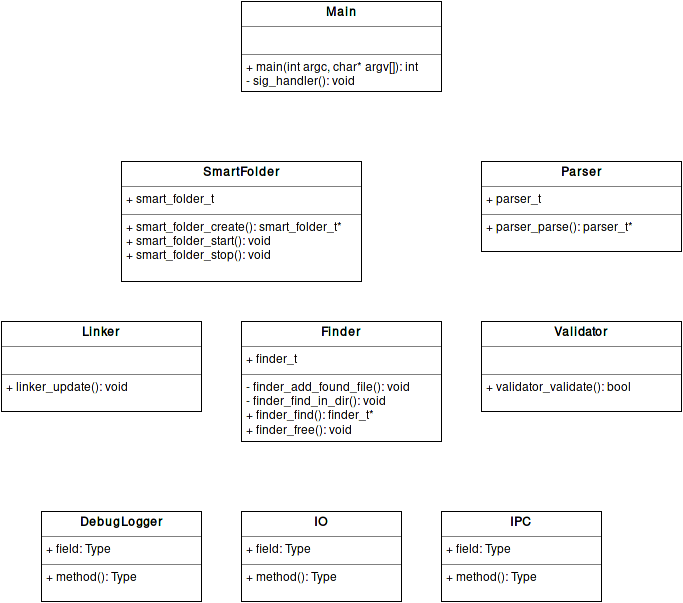
Earlier version of the draw.io export report/img/modules.png (claudiosousa/hepia-projects-smart-folder). Source tidied: cells renumbered, new cells last; positions are measured from the earlier drawing's top-left corner, leaving out a move shared by most shapes. Source of this version:
```xml
<mxGraphModel background="#ffffff">
  <root>
    <mxCell id="0" />
    <mxCell id="1" parent="0" />
    <mxCell id="2" value="&lt;p style=&quot;margin: 0px ; margin-top: 4px ; text-align: center&quot;&gt;&lt;b&gt;Main&lt;/b&gt;&lt;br&gt;&lt;/p&gt;&lt;hr size=&quot;1&quot;&gt;&lt;p style=&quot;margin: 0px ; margin-left: 4px&quot;&gt;&lt;br&gt;&lt;/p&gt;&lt;hr size=&quot;1&quot;&gt;&lt;p style=&quot;margin: 0px ; margin-left: 4px&quot;&gt;+ main(int argc, char* argv[]): int&lt;/p&gt;&lt;p style=&quot;margin: 0px ; margin-left: 4px&quot;&gt;- sig_handler(): void&lt;br&gt;&lt;/p&gt;" style="verticalAlign=top;align=left;overflow=fill;fontSize=12;fontFamily=Helvetica;html=1;" parent="1" vertex="1">
      <mxGeometry x="240" width="200" height="90" as="geometry" />
    </mxCell>
    <mxCell id="3" value="&lt;p style=&quot;margin: 0px ; margin-top: 4px ; text-align: center&quot;&gt;&lt;b&gt;IPC&lt;/b&gt;&lt;br&gt;&lt;/p&gt;&lt;hr size=&quot;1&quot;&gt;&lt;p style=&quot;margin: 0px ; margin-left: 4px&quot;&gt;+ field: Type&lt;/p&gt;&lt;hr size=&quot;1&quot;&gt;&lt;p style=&quot;margin: 0px ; margin-left: 4px&quot;&gt;+ method(): Type&lt;/p&gt;" style="verticalAlign=top;align=left;overflow=fill;fontSize=12;fontFamily=Helvetica;html=1;" parent="1" vertex="1">
      <mxGeometry x="440" y="510" width="160" height="90" as="geometry" />
    </mxCell>
    <mxCell id="4" value="&lt;p style=&quot;margin: 0px ; margin-top: 4px ; text-align: center&quot;&gt;&lt;b&gt;SmartFolder&lt;/b&gt;&lt;br&gt;&lt;/p&gt;&lt;hr size=&quot;1&quot;&gt;&lt;p style=&quot;margin: 0px ; margin-left: 4px&quot;&gt;+ smart_folder_t&lt;br&gt;&lt;/p&gt;&lt;hr size=&quot;1&quot;&gt;&lt;p style=&quot;margin: 0px ; margin-left: 4px&quot;&gt;+ smart_folder_create(): smart_folder_t*&lt;/p&gt;&lt;p style=&quot;margin: 0px ; margin-left: 4px&quot;&gt;+ smart_folder_start(): void&lt;/p&gt;&lt;p style=&quot;margin: 0px ; margin-left: 4px&quot;&gt;+ smart_folder_stop(): void&lt;br&gt;&lt;/p&gt;" style="verticalAlign=top;align=left;overflow=fill;fontSize=12;fontFamily=Helvetica;html=1;" parent="1" vertex="1">
      <mxGeometry x="120" y="160" width="240" height="120" as="geometry" />
    </mxCell>
    <mxCell id="5" value="&lt;p style=&quot;margin: 0px ; margin-top: 4px ; text-align: center&quot;&gt;&lt;b&gt;IO&lt;/b&gt;&lt;br&gt;&lt;/p&gt;&lt;hr size=&quot;1&quot;&gt;&lt;p style=&quot;margin: 0px ; margin-left: 4px&quot;&gt;+ field: Type&lt;/p&gt;&lt;hr size=&quot;1&quot;&gt;&lt;p style=&quot;margin: 0px ; margin-left: 4px&quot;&gt;+ method(): Type&lt;/p&gt;" style="verticalAlign=top;align=left;overflow=fill;fontSize=12;fontFamily=Helvetica;html=1;" parent="1" vertex="1">
      <mxGeometry x="240" y="510" width="160" height="90" as="geometry" />
    </mxCell>
    <mxCell id="6" value="&lt;p style=&quot;margin: 0px ; margin-top: 4px ; text-align: center&quot;&gt;&lt;b&gt;DebugLogger&lt;/b&gt;&lt;br&gt;&lt;/p&gt;&lt;hr size=&quot;1&quot;&gt;&lt;p style=&quot;margin: 0px ; margin-left: 4px&quot;&gt;+ field: Type&lt;/p&gt;&lt;hr size=&quot;1&quot;&gt;&lt;p style=&quot;margin: 0px ; margin-left: 4px&quot;&gt;+ method(): Type&lt;/p&gt;" style="verticalAlign=top;align=left;overflow=fill;fontSize=12;fontFamily=Helvetica;html=1;" parent="1" vertex="1">
      <mxGeometry x="40" y="510" width="160" height="90" as="geometry" />
    </mxCell>
    <mxCell id="7" value="&lt;p style=&quot;margin: 0px ; margin-top: 4px ; text-align: center&quot;&gt;&lt;b&gt;Parser&lt;/b&gt;&lt;br&gt;&lt;/p&gt;&lt;hr size=&quot;1&quot;&gt;&lt;p style=&quot;margin: 0px ; margin-left: 4px&quot;&gt;+ parser_t&lt;br&gt;&lt;/p&gt;&lt;hr size=&quot;1&quot;&gt;&lt;p style=&quot;margin: 0px ; margin-left: 4px&quot;&gt;+ parser_parse(): parser_t*&lt;br&gt;&lt;/p&gt;" style="verticalAlign=top;align=left;overflow=fill;fontSize=12;fontFamily=Helvetica;html=1;" parent="1" vertex="1">
      <mxGeometry x="480" y="160" width="200" height="90" as="geometry" />
    </mxCell>
    <mxCell id="8" value="&lt;p style=&quot;margin: 0px ; margin-top: 4px ; text-align: center&quot;&gt;&lt;b&gt;Finder&lt;/b&gt;&lt;br&gt;&lt;/p&gt;&lt;hr size=&quot;1&quot;&gt;&lt;p style=&quot;margin: 0px ; margin-left: 4px&quot;&gt;+ finder_t&lt;br&gt;&lt;/p&gt;&lt;hr size=&quot;1&quot;&gt;&lt;p style=&quot;margin: 0px ; margin-left: 4px&quot;&gt;- finder_add_found_file(): void&lt;br&gt;&lt;/p&gt;&lt;p style=&quot;margin: 0px ; margin-left: 4px&quot;&gt;- finder_find_in_dir(): void&lt;br&gt;&lt;/p&gt;&lt;p style=&quot;margin: 0px ; margin-left: 4px&quot;&gt;+ finder_find(): finder_t*&lt;br&gt;&lt;/p&gt;&lt;p style=&quot;margin: 0px ; margin-left: 4px&quot;&gt;+ finder_free(): void&lt;br&gt;&lt;/p&gt;" style="verticalAlign=top;align=left;overflow=fill;fontSize=12;fontFamily=Helvetica;html=1;" parent="1" vertex="1">
      <mxGeometry x="240" y="320" width="200" height="120" as="geometry" />
    </mxCell>
    <mxCell id="9" value="&lt;p style=&quot;margin: 0px ; margin-top: 4px ; text-align: center&quot;&gt;&lt;b&gt;Linker&lt;/b&gt;&lt;br&gt;&lt;/p&gt;&lt;hr size=&quot;1&quot;&gt;&lt;p style=&quot;margin: 0px ; margin-left: 4px&quot;&gt;&lt;br&gt;&lt;/p&gt;&lt;hr size=&quot;1&quot;&gt;&lt;p style=&quot;margin: 0px ; margin-left: 4px&quot;&gt;+ linker_update(): void&lt;br&gt;&lt;/p&gt;" style="verticalAlign=top;align=left;overflow=fill;fontSize=12;fontFamily=Helvetica;html=1;" parent="1" vertex="1">
      <mxGeometry y="320" width="200" height="90" as="geometry" />
    </mxCell>
    <mxCell id="10" value="&lt;p style=&quot;margin: 0px ; margin-top: 4px ; text-align: center&quot;&gt;&lt;b&gt;Validator&lt;/b&gt;&lt;br&gt;&lt;/p&gt;&lt;hr size=&quot;1&quot;&gt;&lt;p style=&quot;margin: 0px ; margin-left: 4px&quot;&gt;&lt;br&gt;&lt;/p&gt;&lt;hr size=&quot;1&quot;&gt;&lt;p style=&quot;margin: 0px ; margin-left: 4px&quot;&gt;+ validator_validate(): bool&lt;br&gt;&lt;/p&gt;" style="verticalAlign=top;align=left;overflow=fill;fontSize=12;fontFamily=Helvetica;html=1;" parent="1" vertex="1">
      <mxGeometry x="480" y="320" width="200" height="90" as="geometry" />
    </mxCell>
  </root>
</mxGraphModel>
```
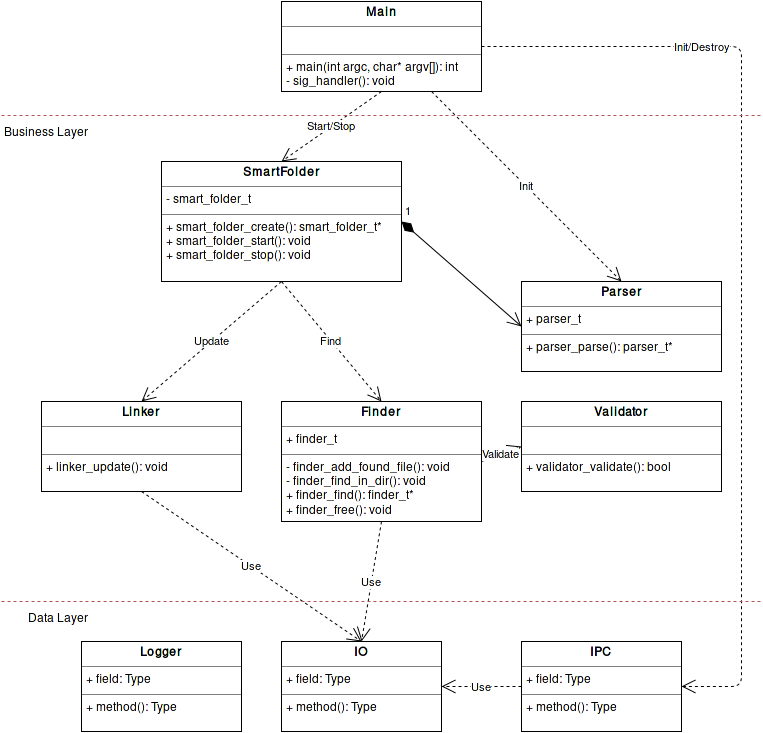
After the commit.

Commit message:
Diagram work + intro + base arch

What changed in the source:
```diff
@@ -6,28 +6,69 @@
       <mxGeometry x="240" width="200" height="90" as="geometry" />
     </mxCell>
     <mxCell id="3" value="&lt;p style=&quot;margin: 0px ; margin-top: 4px ; text-align: center&quot;&gt;&lt;b&gt;IPC&lt;/b&gt;&lt;br&gt;&lt;/p&gt;&lt;hr size=&quot;1&quot;&gt;&lt;p style=&quot;margin: 0px ; margin-left: 4px&quot;&gt;+ field: Type&lt;/p&gt;&lt;hr size=&quot;1&quot;&gt;&lt;p style=&quot;margin: 0px ; margin-left: 4px&quot;&gt;+ method(): Type&lt;/p&gt;" style="verticalAlign=top;align=left;overflow=fill;fontSize=12;fontFamily=Helvetica;html=1;" parent="1" vertex="1">
-      <mxGeometry x="440" y="510" width="160" height="90" as="geometry" />
+      <mxGeometry x="480" y="640" width="160" height="90" as="geometry" />
     </mxCell>
-    <mxCell id="4" value="&lt;p style=&quot;margin: 0px ; margin-top: 4px ; text-align: center&quot;&gt;&lt;b&gt;SmartFolder&lt;/b&gt;&lt;br&gt;&lt;/p&gt;&lt;hr size=&quot;1&quot;&gt;&lt;p style=&quot;margin: 0px ; margin-left: 4px&quot;&gt;+ smart_folder_t&lt;br&gt;&lt;/p&gt;&lt;hr size=&quot;1&quot;&gt;&lt;p style=&quot;margin: 0px ; margin-left: 4px&quot;&gt;+ smart_folder_create(): smart_folder_t*&lt;/p&gt;&lt;p style=&quot;margin: 0px ; margin-left: 4px&quot;&gt;+ smart_folder_start(): void&lt;/p&gt;&lt;p style=&quot;margin: 0px ; margin-left: 4px&quot;&gt;+ smart_folder_stop(): void&lt;br&gt;&lt;/p&gt;" style="verticalAlign=top;align=left;overflow=fill;fontSize=12;fontFamily=Helvetica;html=1;" parent="1" vertex="1">
+    <mxCell id="4" value="&lt;p style=&quot;margin: 0px ; margin-top: 4px ; text-align: center&quot;&gt;&lt;b&gt;SmartFolder&lt;/b&gt;&lt;br&gt;&lt;/p&gt;&lt;hr size=&quot;1&quot;&gt;&lt;p style=&quot;margin: 0px ; margin-left: 4px&quot;&gt;- smart_folder_t&lt;br&gt;&lt;/p&gt;&lt;hr size=&quot;1&quot;&gt;&lt;p style=&quot;margin: 0px ; margin-left: 4px&quot;&gt;+ smart_folder_create(): smart_folder_t*&lt;/p&gt;&lt;p style=&quot;margin: 0px ; margin-left: 4px&quot;&gt;+ smart_folder_start(): void&lt;/p&gt;&lt;p style=&quot;margin: 0px ; margin-left: 4px&quot;&gt;+ smart_folder_stop(): void&lt;br&gt;&lt;/p&gt;" style="verticalAlign=top;align=left;overflow=fill;fontSize=12;fontFamily=Helvetica;html=1;" parent="1" vertex="1">
       <mxGeometry x="120" y="160" width="240" height="120" as="geometry" />
     </mxCell>
     <mxCell id="5" value="&lt;p style=&quot;margin: 0px ; margin-top: 4px ; text-align: center&quot;&gt;&lt;b&gt;IO&lt;/b&gt;&lt;br&gt;&lt;/p&gt;&lt;hr size=&quot;1&quot;&gt;&lt;p style=&quot;margin: 0px ; margin-left: 4px&quot;&gt;+ field: Type&lt;/p&gt;&lt;hr size=&quot;1&quot;&gt;&lt;p style=&quot;margin: 0px ; margin-left: 4px&quot;&gt;+ method(): Type&lt;/p&gt;" style="verticalAlign=top;align=left;overflow=fill;fontSize=12;fontFamily=Helvetica;html=1;" parent="1" vertex="1">
-      <mxGeometry x="240" y="510" width="160" height="90" as="geometry" />
+      <mxGeometry x="240" y="640" width="160" height="90" as="geometry" />
     </mxCell>
-    <mxCell id="6" value="&lt;p style=&quot;margin: 0px ; margin-top: 4px ; text-align: center&quot;&gt;&lt;b&gt;DebugLogger&lt;/b&gt;&lt;br&gt;&lt;/p&gt;&lt;hr size=&quot;1&quot;&gt;&lt;p style=&quot;margin: 0px ; margin-left: 4px&quot;&gt;+ field: Type&lt;/p&gt;&lt;hr size=&quot;1&quot;&gt;&lt;p style=&quot;margin: 0px ; margin-left: 4px&quot;&gt;+ method(): Type&lt;/p&gt;" style="verticalAlign=top;align=left;overflow=fill;fontSize=12;fontFamily=Helvetica;html=1;" parent="1" vertex="1">
-      <mxGeometry x="40" y="510" width="160" height="90" as="geometry" />
+    <mxCell id="6" value="&lt;p style=&quot;margin: 0px ; margin-top: 4px ; text-align: center&quot;&gt;&lt;b&gt;Logger&lt;/b&gt;&lt;br&gt;&lt;/p&gt;&lt;hr size=&quot;1&quot;&gt;&lt;p style=&quot;margin: 0px ; margin-left: 4px&quot;&gt;+ field: Type&lt;/p&gt;&lt;hr size=&quot;1&quot;&gt;&lt;p style=&quot;margin: 0px ; margin-left: 4px&quot;&gt;+ method(): Type&lt;/p&gt;" style="verticalAlign=top;align=left;overflow=fill;fontSize=12;fontFamily=Helvetica;html=1;" parent="1" vertex="1">
+      <mxGeometry x="40" y="640" width="160" height="90" as="geometry" />
     </mxCell>
     <mxCell id="7" value="&lt;p style=&quot;margin: 0px ; margin-top: 4px ; text-align: center&quot;&gt;&lt;b&gt;Parser&lt;/b&gt;&lt;br&gt;&lt;/p&gt;&lt;hr size=&quot;1&quot;&gt;&lt;p style=&quot;margin: 0px ; margin-left: 4px&quot;&gt;+ parser_t&lt;br&gt;&lt;/p&gt;&lt;hr size=&quot;1&quot;&gt;&lt;p style=&quot;margin: 0px ; margin-left: 4px&quot;&gt;+ parser_parse(): parser_t*&lt;br&gt;&lt;/p&gt;" style="verticalAlign=top;align=left;overflow=fill;fontSize=12;fontFamily=Helvetica;html=1;" parent="1" vertex="1">
-      <mxGeometry x="480" y="160" width="200" height="90" as="geometry" />
+      <mxGeometry x="480" y="280" width="200" height="90" as="geometry" />
     </mxCell>
     <mxCell id="8" value="&lt;p style=&quot;margin: 0px ; margin-top: 4px ; text-align: center&quot;&gt;&lt;b&gt;Finder&lt;/b&gt;&lt;br&gt;&lt;/p&gt;&lt;hr size=&quot;1&quot;&gt;&lt;p style=&quot;margin: 0px ; margin-left: 4px&quot;&gt;+ finder_t&lt;br&gt;&lt;/p&gt;&lt;hr size=&quot;1&quot;&gt;&lt;p style=&quot;margin: 0px ; margin-left: 4px&quot;&gt;- finder_add_found_file(): void&lt;br&gt;&lt;/p&gt;&lt;p style=&quot;margin: 0px ; margin-left: 4px&quot;&gt;- finder_find_in_dir(): void&lt;br&gt;&lt;/p&gt;&lt;p style=&quot;margin: 0px ; margin-left: 4px&quot;&gt;+ finder_find(): finder_t*&lt;br&gt;&lt;/p&gt;&lt;p style=&quot;margin: 0px ; margin-left: 4px&quot;&gt;+ finder_free(): void&lt;br&gt;&lt;/p&gt;" style="verticalAlign=top;align=left;overflow=fill;fontSize=12;fontFamily=Helvetica;html=1;" parent="1" vertex="1">
-      <mxGeometry x="240" y="320" width="200" height="120" as="geometry" />
+      <mxGeometry x="240" y="400" width="200" height="120" as="geometry" />
     </mxCell>
     <mxCell id="9" value="&lt;p style=&quot;margin: 0px ; margin-top: 4px ; text-align: center&quot;&gt;&lt;b&gt;Linker&lt;/b&gt;&lt;br&gt;&lt;/p&gt;&lt;hr size=&quot;1&quot;&gt;&lt;p style=&quot;margin: 0px ; margin-left: 4px&quot;&gt;&lt;br&gt;&lt;/p&gt;&lt;hr size=&quot;1&quot;&gt;&lt;p style=&quot;margin: 0px ; margin-left: 4px&quot;&gt;+ linker_update(): void&lt;br&gt;&lt;/p&gt;" style="verticalAlign=top;align=left;overflow=fill;fontSize=12;fontFamily=Helvetica;html=1;" parent="1" vertex="1">
-      <mxGeometry y="320" width="200" height="90" as="geometry" />
+      <mxGeometry y="400" width="200" height="90" as="geometry" />
     </mxCell>
     <mxCell id="10" value="&lt;p style=&quot;margin: 0px ; margin-top: 4px ; text-align: center&quot;&gt;&lt;b&gt;Validator&lt;/b&gt;&lt;br&gt;&lt;/p&gt;&lt;hr size=&quot;1&quot;&gt;&lt;p style=&quot;margin: 0px ; margin-left: 4px&quot;&gt;&lt;br&gt;&lt;/p&gt;&lt;hr size=&quot;1&quot;&gt;&lt;p style=&quot;margin: 0px ; margin-left: 4px&quot;&gt;+ validator_validate(): bool&lt;br&gt;&lt;/p&gt;" style="verticalAlign=top;align=left;overflow=fill;fontSize=12;fontFamily=Helvetica;html=1;" parent="1" vertex="1">
-      <mxGeometry x="480" y="320" width="200" height="90" as="geometry" />
+      <mxGeometry x="480" y="400" width="200" height="90" as="geometry" />
     </mxCell>
+    <mxCell id="11" value="Start/Stop" style="endArrow=open;endSize=12;dashed=1;html=1;exitX=0.5;exitY=1;entryX=0.5;entryY=0;" parent="1" edge="1" source="2" target="4">
+      <mxGeometry relative="1" as="geometry" />
+    </mxCell>
+    <mxCell id="12" value="Init" style="endArrow=open;endSize=12;dashed=1;html=1;exitX=0.75;exitY=1;entryX=0.5;entryY=0;" parent="1" edge="1" source="2" target="7">
+      <mxGeometry relative="1" as="geometry" />
+    </mxCell>
+    <mxCell id="13" value="Init/Destroy" style="endArrow=open;endSize=12;dashed=1;html=1;exitX=1;exitY=0.5;entryX=1;entryY=0.5;edgeStyle=orthogonalEdgeStyle;" parent="1" edge="1" source="2" target="3">
+      <mxGeometry x="-0.54" relative="1" as="geometry">
+        <Array as="points">
+          <mxPoint x="700" y="45" />
+          <mxPoint x="700" y="685" />
+        </Array>
+      </mxGeometry>
+    </mxCell>
+    <mxCell id="14" value="1" style="endArrow=open;html=1;endSize=12;startArrow=diamondThin;startSize=14;startFill=1;align=left;verticalAlign=bottom;exitX=1;exitY=0.5;entryX=0;entryY=0.5;" parent="1" edge="1" source="4" target="7">
+      <mxGeometry x="-1" y="3" relative="1" as="geometry" />
+    </mxCell>
+    <mxCell id="15" value="Update" style="endArrow=open;endSize=12;dashed=1;html=1;exitX=0.5;exitY=1;entryX=0.5;entryY=0;" parent="1" edge="1" source="4" target="9">
+      <mxGeometry relative="1" as="geometry" />
+    </mxCell>
+    <mxCell id="16" value="Find" style="endArrow=open;endSize=12;dashed=1;html=1;exitX=0.5;exitY=1;entryX=0.5;entryY=0;" parent="1" edge="1" source="4" target="8">
+      <mxGeometry relative="1" as="geometry" />
+    </mxCell>
+    <mxCell id="17" value="Use" style="endArrow=open;endSize=12;dashed=1;html=1;exitX=0.5;exitY=1;entryX=0.5;entryY=0;" parent="1" edge="1" source="9" target="5">
+      <mxGeometry relative="1" as="geometry" />
+    </mxCell>
+    <mxCell id="18" value="Validate" style="endArrow=open;endSize=12;dashed=1;html=1;exitX=1;exitY=0.5;entryX=0;entryY=0.5;" parent="1" edge="1" source="8" target="10">
+      <mxGeometry relative="1" as="geometry" />
+    </mxCell>
+    <mxCell id="19" value="Use" style="endArrow=open;endSize=12;dashed=1;html=1;exitX=0.5;exitY=1;entryX=0.5;entryY=0;" parent="1" edge="1" source="8" target="5">
+      <mxGeometry relative="1" as="geometry" />
+    </mxCell>
+    <mxCell id="20" value="Use" style="endArrow=open;endSize=12;dashed=1;html=1;exitX=0;exitY=0.5;entryX=1;entryY=0.5;" parent="1" edge="1" source="3" target="5">
+      <mxGeometry relative="1" as="geometry" />
+    </mxCell>
+    <mxCell id="21" value="Business Layer&lt;br&gt;" style="line;html=1;strokeWidth=1;fillColor=#f8cecc;align=right;verticalAlign=top;spacingTop=-1;spacingLeft=3;spacingRight=-90;labelPosition=left;dashed=1;strokeColor=#b85450;verticalLabelPosition=bottom;" parent="1" vertex="1">
+      <mxGeometry x="-40" y="110" width="760" height="8" as="geometry" />
+    </mxCell>
+    <mxCell id="22" value="Data Layer&lt;br&gt;" style="line;html=1;strokeWidth=1;fillColor=#f8cecc;align=right;verticalAlign=top;spacingTop=-1;spacingLeft=3;spacingRight=-90;labelPosition=left;dashed=1;strokeColor=#b85450;verticalLabelPosition=bottom;" parent="1" vertex="1">
+      <mxGeometry x="-40" y="596" width="760" height="8" as="geometry" />
+    </mxCell>
   </root>
 </mxGraphModel>
```
